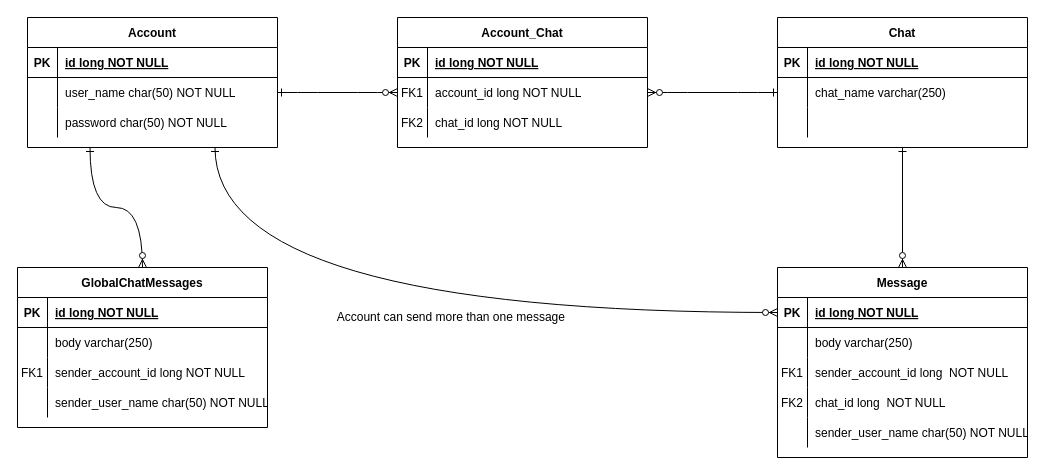
Above: ERD.drawio in kutayyaman/ChatApplicationWithJavaSocketProgramming (draw.io), before the change. Source tidied: cells renumbered, new cells numbered last; positions are measured from the earlier drawing's top-left corner, leaving out a move shared by most shapes. Both pictures are drawn from the tidied source at 100%, with x=0, y=0 at pixel (17, 17).
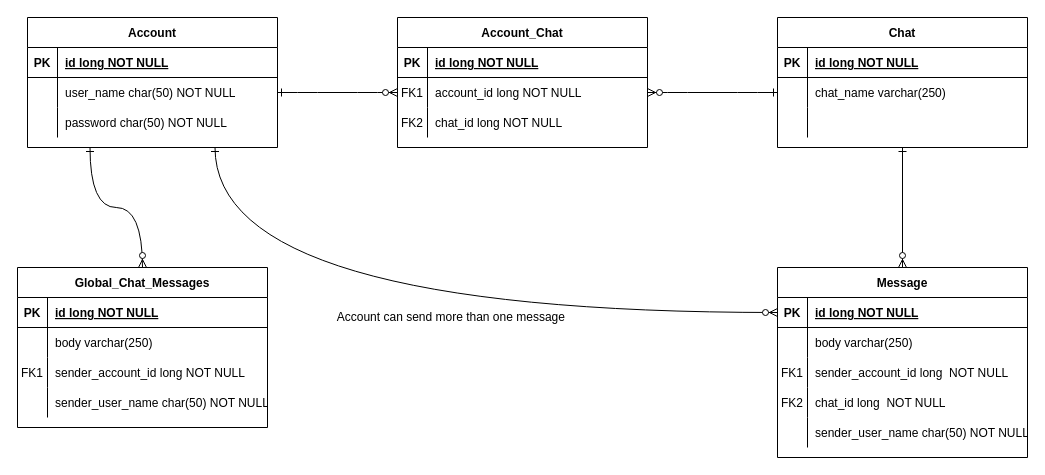
After the change.

Commit message (it also covers changes not shown here):
GlobalChatMessages table is changed as Global_Chat_Messages in ERD

Diff of the diagram source:
```diff
@@
-    <mxCell id="53" value="GlobalChatMessages" style="shape=table;startSize=30;childLayout=tableLayout;rowLines=0;fontStyle=1;align=center;" parent="1" vertex="1">
+    <mxCell id="53" value="Global_Chat_Messages" style="shape=table;startSize=30;childLayout=tableLayout;rowLines=0;fontStyle=1;align=center;" parent="1" vertex="1">
       <mxGeometry y="250" width="250" height="160" as="geometry" />
     </mxCell>
```
